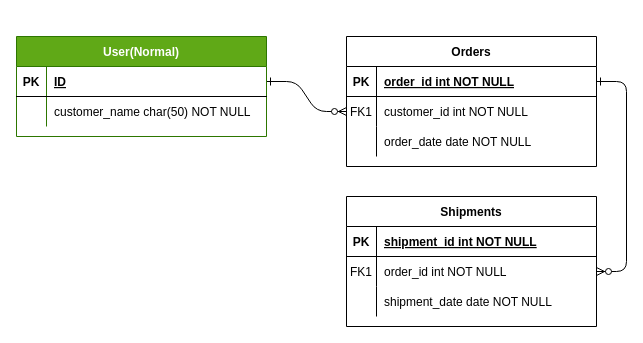
The draw.io diagram Project Traders/Diagrama sin título.drawio in 1LealSan1/Digrams, before the edit. Source tidied: cells renumbered, new cells numbered last; positions are measured from the earlier drawing's top-left corner, leaving out a move shared by most shapes. Both pictures are drawn from the tidied source at 100%, with x=0, y=0 at pixel (16, 36).
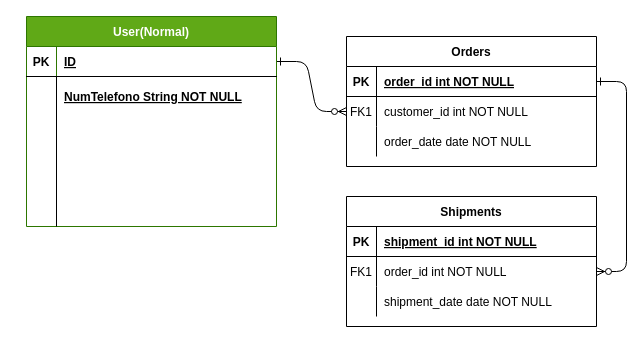
The same diagram, later.

Diff of the diagram source:
```diff
@@
     <mxCell id="24" value="User(Normal)" style="shape=table;startSize=30;childLayout=tableLayout;rowLines=0;fontStyle=1;align=center;fillColor=#60a917;strokeColor=#2D7600;fontColor=#ffffff;" parent="1" vertex="1">
-      <mxGeometry width="250" height="100" as="geometry" />
+      <mxGeometry x="10" y="-20" width="250" height="210" as="geometry" />
     </mxCell>
@@
-    <mxCell id="28" style="shape=partialRectangle;fillColor=none;top=0;left=0;right=0;bottom=0;" parent="24" vertex="1">
-      <mxGeometry y="60" width="250" height="30" as="geometry" />
-    </mxCell>
-    <mxCell id="29" style="shape=partialRectangle;overflow=hidden;fillColor=none;top=0;left=0;bottom=0;right=0;" parent="28" vertex="1">
-      <mxGeometry width="30" height="30" as="geometry" />
-    </mxCell>
-    <mxCell id="30" value="customer_name char(50) NOT NULL" style="shape=partialRectangle;overflow=hidden;fillColor=none;top=0;left=0;bottom=0;right=0;align=left;spacingLeft=6;" parent="28" vertex="1">
-      <mxGeometry x="30" width="220" height="30" as="geometry" />
-    </mxCell>
+    <mxCell id="31" value="NumTelefono String NOT NULL" style="shape=partialRectangle;overflow=hidden;fillColor=none;top=0;left=0;bottom=0;right=0;align=left;spacingLeft=6;fontStyle=5;" parent="1" vertex="1">
+      <mxGeometry x="40" y="40" width="220" height="40" as="geometry" />
+    </mxCell>
+    <mxCell id="32" style="endArrow=none;html=1;rounded=0;" parent="1" edge="1">
+      <mxGeometry relative="1" as="geometry">
+        <mxPoint x="40" y="190" as="sourcePoint" />
+        <mxPoint x="40" y="40" as="targetPoint" />
+      </mxGeometry>
+    </mxCell>
```
